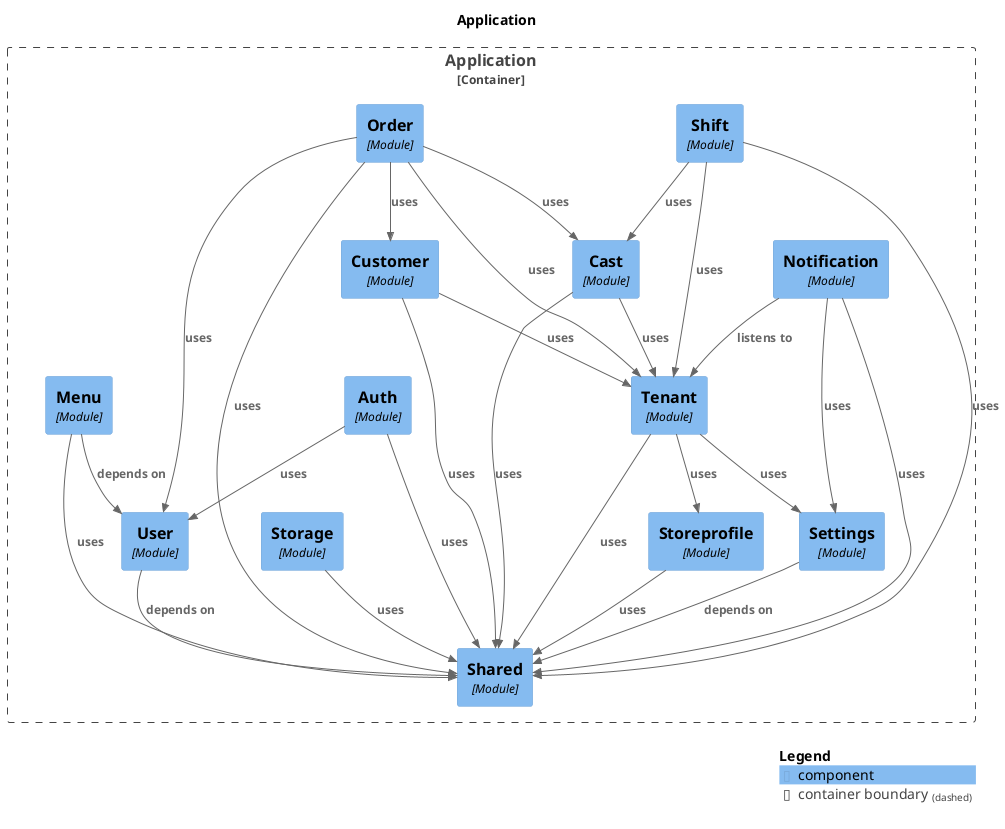
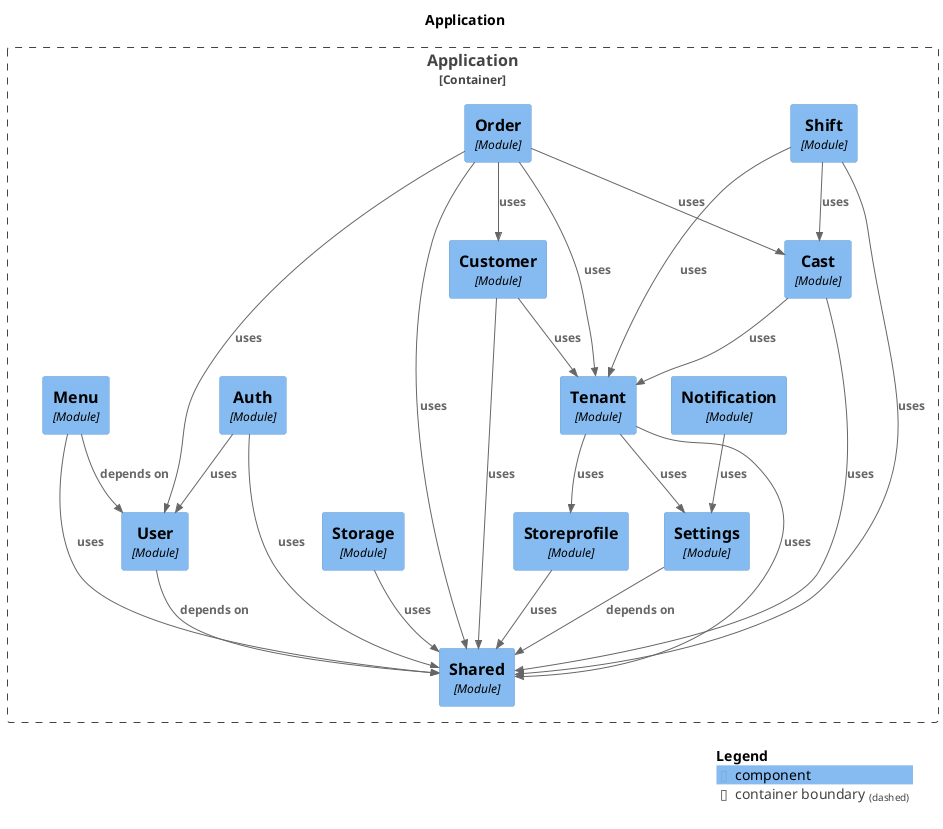
@startuml
set separator none
title Application

top to bottom direction

!include <C4/C4>
!include <C4/C4_Context>
!include <C4/C4_Component>

Container_Boundary("Application.Application_boundary", "Application", $tags="") {
  Component(Application.Application.Tenant, "Tenant", $techn="Module", $descr="", $tags="", $link="")
  Component(Application.Application.Cast, "Cast", $techn="Module", $descr="", $tags="", $link="")
  Component(Application.Application.Customer, "Customer", $techn="Module", $descr="", $tags="", $link="")
  Component(Application.Application.Notification, "Notification", $techn="Module", $descr="", $tags="", $link="")
  Component(Application.Application.Order, "Order", $techn="Module", $descr="", $tags="", $link="")
  Component(Application.Application.Shift, "Shift", $techn="Module", $descr="", $tags="", $link="")
  Component(Application.Application.Shared, "Shared", $techn="Module", $descr="", $tags="", $link="")
  Component(Application.Application.Settings, "Settings", $techn="Module", $descr="", $tags="", $link="")
  Component(Application.Application.Storage, "Storage", $techn="Module", $descr="", $tags="", $link="")
  Component(Application.Application.Storeprofile, "Storeprofile", $techn="Module", $descr="", $tags="", $link="")
  Component(Application.Application.User, "User", $techn="Module", $descr="", $tags="", $link="")
  Component(Application.Application.Auth, "Auth", $techn="Module", $descr="", $tags="", $link="")
  Component(Application.Application.Menu, "Menu", $techn="Module", $descr="", $tags="", $link="")
}

Rel(Application.Application.Shift, Application.Application.Shared, "uses", $techn="", $tags="", $link="")
Rel(Application.Application.Shift, Application.Application.Tenant, "uses", $techn="", $tags="", $link="")
Rel(Application.Application.Shift, Application.Application.Cast, "uses", $techn="", $tags="", $link="")
Rel(Application.Application.Order, Application.Application.Customer, "uses", $techn="", $tags="", $link="")
Rel(Application.Application.Order, Application.Application.Cast, "uses", $techn="", $tags="", $link="")
Rel(Application.Application.Order, Application.Application.User, "uses", $techn="", $tags="", $link="")
Rel(Application.Application.Order, Application.Application.Tenant, "uses", $techn="", $tags="", $link="")
Rel(Application.Application.Order, Application.Application.Shared, "uses", $techn="", $tags="", $link="")
Rel(Application.Application.Settings, Application.Application.Shared, "depends on", $techn="", $tags="", $link="")
Rel(Application.Application.Auth, Application.Application.User, "uses", $techn="", $tags="", $link="")
Rel(Application.Application.Auth, Application.Application.Shared, "uses", $techn="", $tags="", $link="")
Rel(Application.Application.Menu, Application.Application.User, "depends on", $techn="", $tags="", $link="")
Rel(Application.Application.Menu, Application.Application.Shared, "uses", $techn="", $tags="", $link="")
Rel(Application.Application.Cast, Application.Application.Shared, "uses", $techn="", $tags="", $link="")
Rel(Application.Application.Cast, Application.Application.Tenant, "uses", $techn="", $tags="", $link="")
- Rel(Application.Application.Notification, Application.Application.Tenant, "listens to", $techn="", $tags="", $link="")
Rel(Application.Application.Notification, Application.Application.Settings, "uses", $techn="", $tags="", $link="")
- Rel(Application.Application.Notification, Application.Application.Shared, "uses", $techn="", $tags="", $link="")
Rel(Application.Application.Tenant, Application.Application.Storeprofile, "uses", $techn="", $tags="", $link="")
Rel(Application.Application.Tenant, Application.Application.Shared, "uses", $techn="", $tags="", $link="")
Rel(Application.Application.Tenant, Application.Application.Settings, "uses", $techn="", $tags="", $link="")
Rel(Application.Application.Storage, Application.Application.Shared, "uses", $techn="", $tags="", $link="")
Rel(Application.Application.Customer, Application.Application.Shared, "uses", $techn="", $tags="", $link="")
Rel(Application.Application.Customer, Application.Application.Tenant, "uses", $techn="", $tags="", $link="")
Rel(Application.Application.Storeprofile, Application.Application.Shared, "uses", $techn="", $tags="", $link="")
Rel(Application.Application.User, Application.Application.Shared, "depends on", $techn="", $tags="", $link="")

SHOW_LEGEND(true)
@enduml